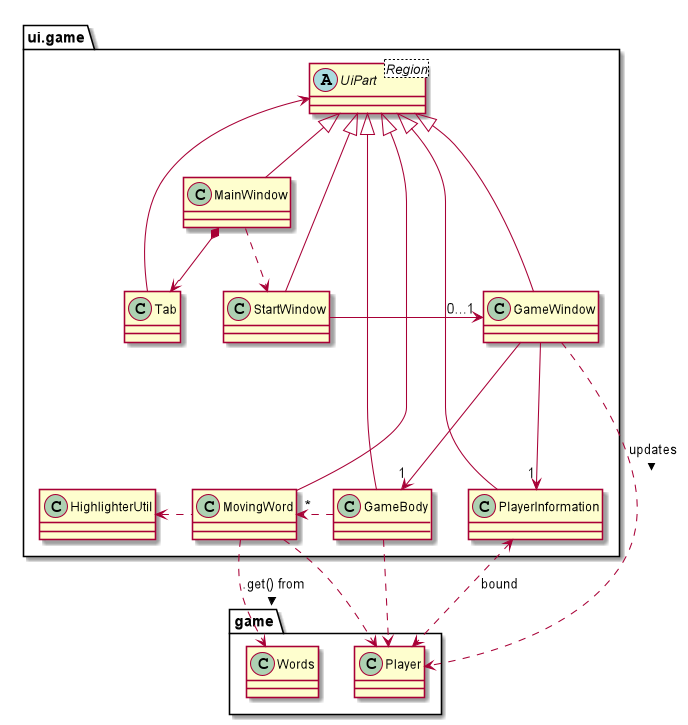
nus-cs2103-AY1920S1/addressbook-level3 keeps this PlantUML diagram as docs/images/GameWindowClassDiagram.png. Above is the earlier version. The source it was exported from:
```plantuml
@startuml
package ui.game {
    class StartWindow
    class Tab
    class MainWindow
    abstract class UiPart<Region>
    class GameWindow
    class PlayerInformation
    class GameBody
    class MovingWord
    class HighlighterUtil
}

package game {
    class Player
    class Words
}

UiPart <- Tab
UiPart <|-- MainWindow
UiPart <|- StartWindow
UiPart <|-- GameWindow
UiPart <|-- GameBody
UiPart <|-- PlayerInformation
UiPart <|-- MovingWord

MainWindow *--> Tab
MainWindow ..> StartWindow
StartWindow -right--> "0...1" GameWindow
GameWindow -down--> "1" GameBody
GameWindow -down--> "1" PlayerInformation

MovingWord .left.> HighlighterUtil
MovingWord .down.> Words :.get() from >
MovingWord .down.> Player
GameWindow .down.> Player :updates >
GameBody .down.> Player
GameBody .right.> "*" MovingWord
PlayerInformation <.down.> Player :bound

@enduml
```
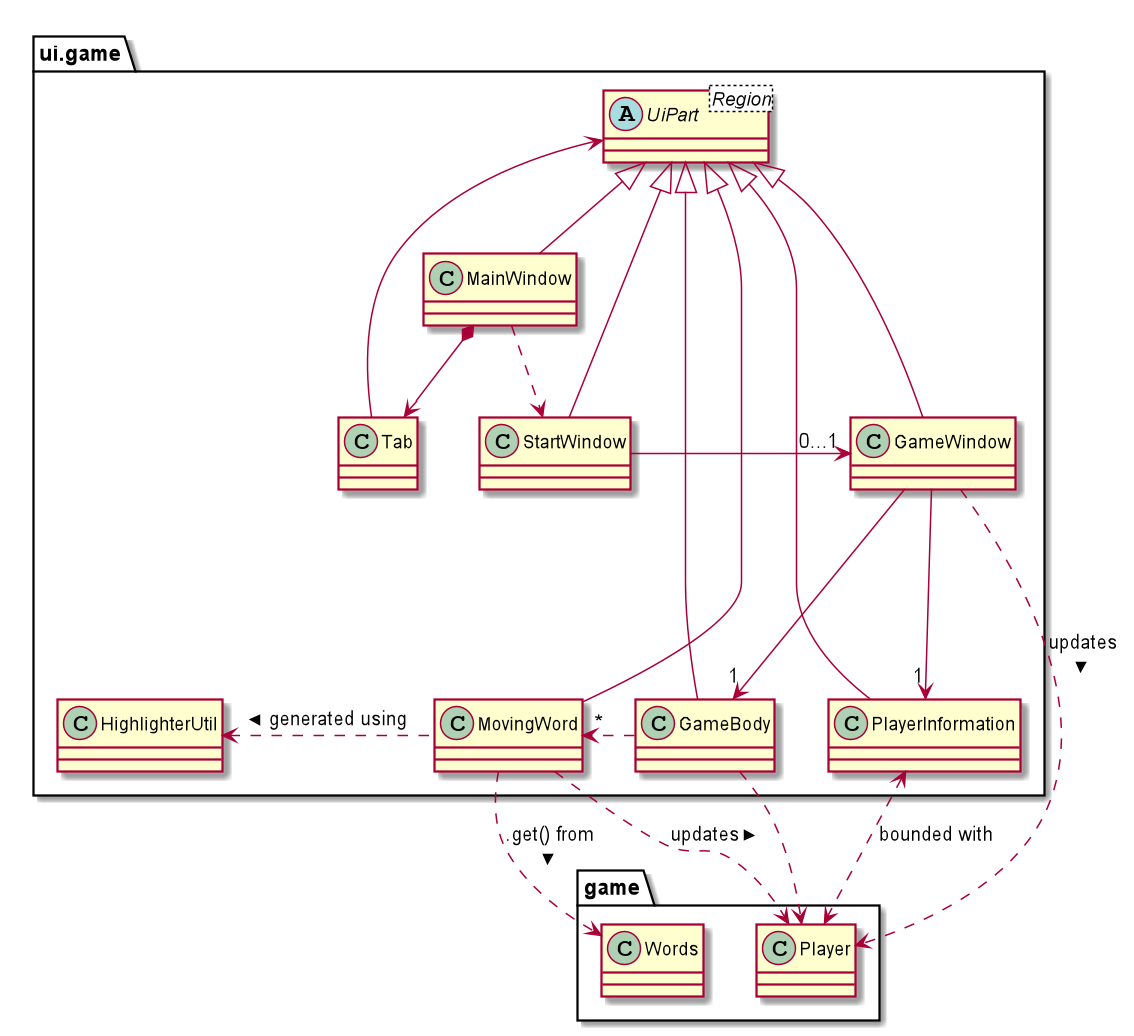
Later version of the same file.

What changed in the source:
```diff
@@ -30,12 +30,12 @@
 GameWindow -down--> "1" GameBody
 GameWindow -down--> "1" PlayerInformation
 
-MovingWord .left.> HighlighterUtil
+MovingWord .left.> HighlighterUtil :generated using >
 MovingWord .down.> Words :.get() from >
-MovingWord .down.> Player
+MovingWord .down.> Player :updates >
 GameWindow .down.> Player :updates >
 GameBody .down.> Player
 GameBody .right.> "*" MovingWord
-PlayerInformation <.down.> Player :bound
+PlayerInformation <.down.> Player :bounded with
 
 @enduml
```
